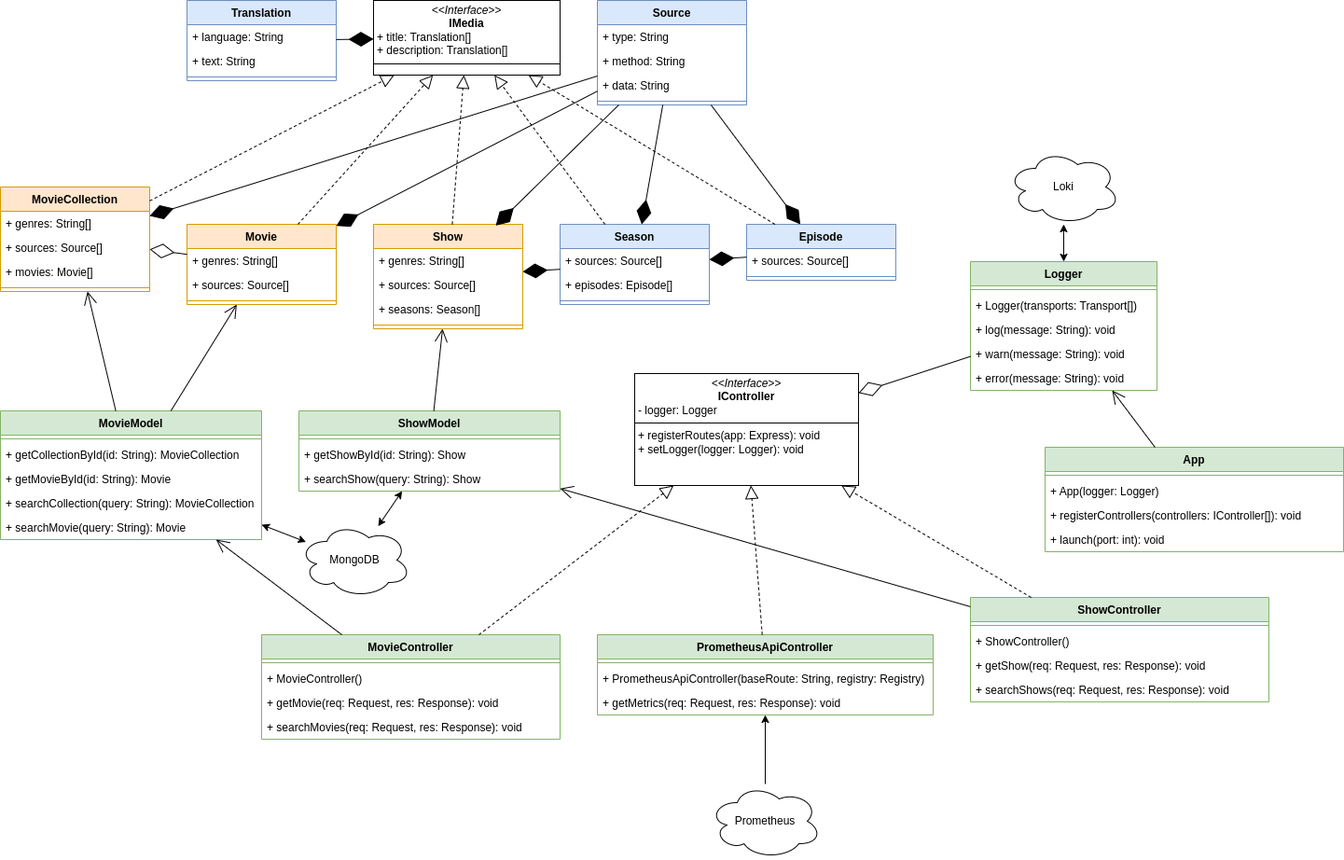
This is docs/img/mdb-classes.png from TimKral5/mediadb, a draw.io export, as it was before one commit. Source tidied: cells renumbered, new cells last; positions are measured from the earlier drawing's top-left corner, leaving out a move shared by most shapes.
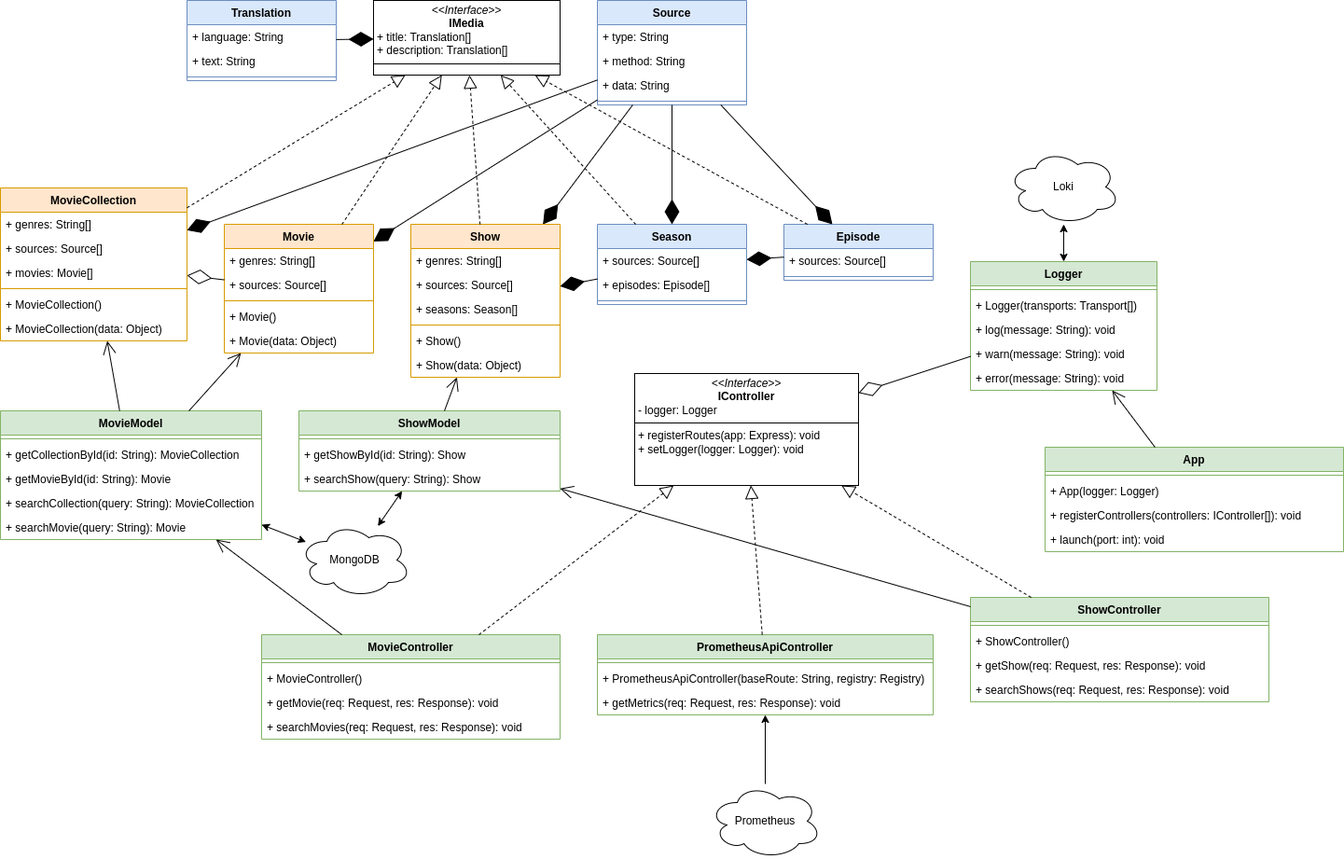
Later version of the same file.

Commit message:
add constructors to the classes MovieCollection, Movie and Show

What changed in the source:
```diff
@@ -3,7 +3,7 @@
     <mxCell id="0" />
     <mxCell id="1" parent="0" />
     <mxCell id="2" value="Movie" style="swimlane;fontStyle=1;align=center;verticalAlign=top;horizontal=1;startSize=26;whiteSpace=wrap;html=1;fillColor=#ffe6cc;strokeColor=#d79b00;" parent="1" vertex="1">
-      <mxGeometry x="200" y="240" width="160" height="86" as="geometry" />
+      <mxGeometry x="240" y="240" width="160" height="138" as="geometry" />
     </mxCell>
     <mxCell id="3" value="+ genres: String[]" style="text;strokeColor=none;fillColor=none;align=left;verticalAlign=top;spacingLeft=4;spacingRight=4;overflow=hidden;whiteSpace=wrap;html=1;" parent="2" vertex="1">
       <mxGeometry y="26" width="160" height="26" as="geometry" />
@@ -14,6 +14,12 @@
     <mxCell id="5" style="line;strokeWidth=1;fillColor=none;align=left;verticalAlign=middle;spacingTop=-1;spacingLeft=3;spacingRight=3;labelPosition=right;strokeColor=inherit;" parent="2" vertex="1">
       <mxGeometry y="78" width="160" height="8" as="geometry" />
     </mxCell>
+    <mxCell id="100" value="+ Movie()" style="text;strokeColor=none;fillColor=none;align=left;verticalAlign=top;spacingLeft=4;spacingRight=4;overflow=hidden;whiteSpace=wrap;html=1;" parent="2" vertex="1">
+      <mxGeometry y="86" width="160" height="26" as="geometry" />
+    </mxCell>
+    <mxCell id="101" value="+ Movie(data: Object)" style="text;strokeColor=none;fillColor=none;align=left;verticalAlign=top;spacingLeft=4;spacingRight=4;overflow=hidden;whiteSpace=wrap;html=1;" parent="2" vertex="1">
+      <mxGeometry y="112" width="160" height="26" as="geometry" />
+    </mxCell>
     <mxCell id="6" value="Translation" style="swimlane;fontStyle=1;align=center;verticalAlign=top;horizontal=1;startSize=26;whiteSpace=wrap;html=1;fillColor=#dae8fc;strokeColor=#6c8ebf;" parent="1" vertex="1">
       <mxGeometry x="200" width="160" height="86" as="geometry" />
     </mxCell>
@@ -27,7 +33,7 @@
       <mxGeometry y="78" width="160" height="8" as="geometry" />
     </mxCell>
     <mxCell id="10" value="Show" style="swimlane;fontStyle=1;align=center;verticalAlign=top;horizontal=1;startSize=26;whiteSpace=wrap;html=1;fillColor=#ffe6cc;strokeColor=#d79b00;" parent="1" vertex="1">
-      <mxGeometry x="400" y="240" width="160" height="112" as="geometry" />
+      <mxGeometry x="440" y="240" width="160" height="164" as="geometry" />
     </mxCell>
     <mxCell id="11" value="+ genres: String[]" style="text;strokeColor=none;fillColor=none;align=left;verticalAlign=top;spacingLeft=4;spacingRight=4;overflow=hidden;whiteSpace=wrap;html=1;" parent="10" vertex="1">
       <mxGeometry y="26" width="160" height="26" as="geometry" />
@@ -41,6 +47,12 @@
     <mxCell id="14" style="line;strokeWidth=1;fillColor=none;align=left;verticalAlign=middle;spacingTop=-1;spacingLeft=3;spacingRight=3;labelPosition=right;strokeColor=inherit;" parent="10" vertex="1">
       <mxGeometry y="104" width="160" height="8" as="geometry" />
     </mxCell>
+    <mxCell id="102" value="+ Show()" style="text;strokeColor=none;fillColor=none;align=left;verticalAlign=top;spacingLeft=4;spacingRight=4;overflow=hidden;whiteSpace=wrap;html=1;" parent="10" vertex="1">
+      <mxGeometry y="112" width="160" height="26" as="geometry" />
+    </mxCell>
+    <mxCell id="103" value="+ Show(data: Object)" style="text;strokeColor=none;fillColor=none;align=left;verticalAlign=top;spacingLeft=4;spacingRight=4;overflow=hidden;whiteSpace=wrap;html=1;" parent="10" vertex="1">
+      <mxGeometry y="138" width="160" height="26" as="geometry" />
+    </mxCell>
     <mxCell id="15" value="&lt;p style=&quot;margin:0px;margin-top:4px;text-align:center;&quot;&gt;&lt;i&gt;&amp;lt;&amp;lt;Interface&amp;gt;&amp;gt;&lt;/i&gt;&lt;br&gt;&lt;b&gt;IMedia&lt;/b&gt;&lt;/p&gt;&lt;p style=&quot;margin:0px;margin-left:4px;&quot;&gt;&lt;span style=&quot;background-color: transparent; color: light-dark(rgb(0, 0, 0), rgb(255, 255, 255));&quot;&gt;+ title: Translation[]&lt;/span&gt;&lt;/p&gt;&lt;p style=&quot;margin:0px;margin-left:4px;&quot;&gt;+ description: Translation[]&lt;/p&gt;&lt;hr size=&quot;1&quot; style=&quot;border-style:solid;&quot;&gt;&lt;p style=&quot;margin:0px;margin-left:4px;&quot;&gt;&lt;br&gt;&lt;/p&gt;" style="verticalAlign=top;align=left;overflow=fill;html=1;whiteSpace=wrap;" parent="1" vertex="1">
       <mxGeometry x="400" width="200" height="80" as="geometry" />
     </mxCell>
@@ -54,7 +66,7 @@
       <mxGeometry relative="1" as="geometry" />
     </mxCell>
     <mxCell id="19" value="Season" style="swimlane;fontStyle=1;align=center;verticalAlign=top;horizontal=1;startSize=26;whiteSpace=wrap;html=1;fillColor=#dae8fc;strokeColor=#6c8ebf;" parent="1" vertex="1">
-      <mxGeometry x="600" y="240" width="160" height="86" as="geometry" />
+      <mxGeometry x="640" y="240" width="160" height="86" as="geometry" />
     </mxCell>
     <mxCell id="20" value="+ sources: Source[]" style="text;strokeColor=none;fillColor=none;align=left;verticalAlign=top;spacingLeft=4;spacingRight=4;overflow=hidden;whiteSpace=wrap;html=1;" parent="19" vertex="1">
       <mxGeometry y="26" width="160" height="26" as="geometry" />
@@ -83,14 +95,14 @@
     <mxCell id="28" style="line;strokeWidth=1;fillColor=none;align=left;verticalAlign=middle;spacingTop=-1;spacingLeft=3;spacingRight=3;labelPosition=right;strokeColor=inherit;" parent="24" vertex="1">
       <mxGeometry y="104" width="160" height="8" as="geometry" />
     </mxCell>
-    <mxCell id="29" style="endArrow=diamondThin;endFill=1;endSize=24;html=1;rounded=0;entryX=0.819;entryY=0.012;entryDx=0;entryDy=0;entryPerimeter=0;" parent="1" edge="1" source="24" target="10">
+    <mxCell id="29" style="endArrow=diamondThin;endFill=1;endSize=24;html=1;rounded=0;" parent="1" edge="1" source="24" target="10">
       <mxGeometry relative="1" as="geometry" />
     </mxCell>
     <mxCell id="30" style="endArrow=diamondThin;endFill=1;endSize=24;html=1;rounded=0;" parent="1" edge="1" source="24" target="2">
       <mxGeometry relative="1" as="geometry" />
     </mxCell>
     <mxCell id="31" value="Episode" style="swimlane;fontStyle=1;align=center;verticalAlign=top;horizontal=1;startSize=26;whiteSpace=wrap;html=1;fillColor=#dae8fc;strokeColor=#6c8ebf;" parent="1" vertex="1">
-      <mxGeometry x="800" y="240" width="160" height="60" as="geometry" />
+      <mxGeometry x="840" y="240" width="160" height="60" as="geometry" />
     </mxCell>
     <mxCell id="32" value="+ sources: Source[]" style="text;strokeColor=none;fillColor=none;align=left;verticalAlign=top;spacingLeft=4;spacingRight=4;overflow=hidden;whiteSpace=wrap;html=1;" parent="31" vertex="1">
       <mxGeometry y="26" width="160" height="26" as="geometry" />
@@ -105,20 +117,26 @@
       <mxGeometry relative="1" as="geometry" />
     </mxCell>
     <mxCell id="36" value="MovieCollection" style="swimlane;fontStyle=1;align=center;verticalAlign=top;horizontal=1;startSize=26;whiteSpace=wrap;html=1;fillColor=#ffe6cc;strokeColor=#d79b00;" parent="1" vertex="1">
-      <mxGeometry y="200" width="160" height="112" as="geometry" />
+      <mxGeometry y="201" width="200" height="164" as="geometry" />
     </mxCell>
     <mxCell id="37" value="+ genres: String[]" style="text;strokeColor=none;fillColor=none;align=left;verticalAlign=top;spacingLeft=4;spacingRight=4;overflow=hidden;whiteSpace=wrap;html=1;" parent="36" vertex="1">
-      <mxGeometry y="26" width="160" height="26" as="geometry" />
+      <mxGeometry y="26" width="200" height="26" as="geometry" />
     </mxCell>
     <mxCell id="38" value="+ sources: Source[]" style="text;strokeColor=none;fillColor=none;align=left;verticalAlign=top;spacingLeft=4;spacingRight=4;overflow=hidden;whiteSpace=wrap;html=1;" parent="36" vertex="1">
-      <mxGeometry y="52" width="160" height="26" as="geometry" />
+      <mxGeometry y="52" width="200" height="26" as="geometry" />
     </mxCell>
     <mxCell id="39" value="+ movies: Movie[]" style="text;strokeColor=none;fillColor=none;align=left;verticalAlign=top;spacingLeft=4;spacingRight=4;overflow=hidden;whiteSpace=wrap;html=1;" parent="36" vertex="1">
-      <mxGeometry y="78" width="160" height="26" as="geometry" />
+      <mxGeometry y="78" width="200" height="26" as="geometry" />
     </mxCell>
     <mxCell id="40" style="line;strokeWidth=1;fillColor=none;align=left;verticalAlign=middle;spacingTop=-1;spacingLeft=3;spacingRight=3;labelPosition=right;strokeColor=inherit;" parent="36" vertex="1">
-      <mxGeometry y="104" width="160" height="8" as="geometry" />
+      <mxGeometry y="104" width="200" height="8" as="geometry" />
     </mxCell>
+    <mxCell id="104" value="+ MovieCollection()" style="text;strokeColor=none;fillColor=none;align=left;verticalAlign=top;spacingLeft=4;spacingRight=4;overflow=hidden;whiteSpace=wrap;html=1;" parent="36" vertex="1">
+      <mxGeometry y="112" width="200" height="26" as="geometry" />
+    </mxCell>
+    <mxCell id="105" value="+ MovieCollection(data: Object)" style="text;strokeColor=none;fillColor=none;align=left;verticalAlign=top;spacingLeft=4;spacingRight=4;overflow=hidden;whiteSpace=wrap;html=1;" parent="36" vertex="1">
+      <mxGeometry y="138" width="200" height="26" as="geometry" />
+    </mxCell>
     <mxCell id="41" style="endArrow=diamondThin;endFill=1;endSize=24;html=1;rounded=0;" parent="1" edge="1" source="24" target="31">
       <mxGeometry relative="1" as="geometry" />
     </mxCell>
```
